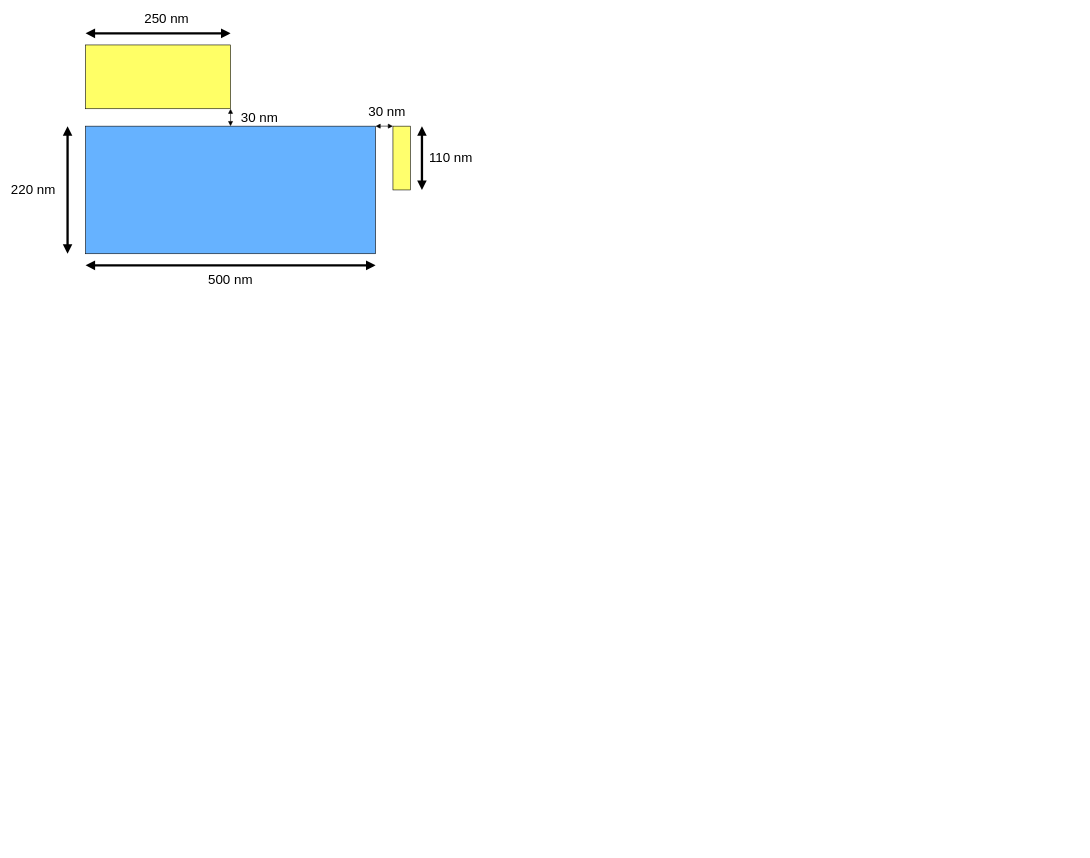
This is page "HPR 90 Front view" (1 of 2) of Diagram/Picture Diagram.drawio from Akhmadi14/HPR-Paper, a draw.io file, before an edit. Source tidied: cells renumbered, new cells numbered last; positions are measured from the earlier drawing's top-left corner, leaving out a move shared by most shapes. Both pictures are drawn from the tidied source at 58%, with x=0, y=0 at pixel (10, 10).
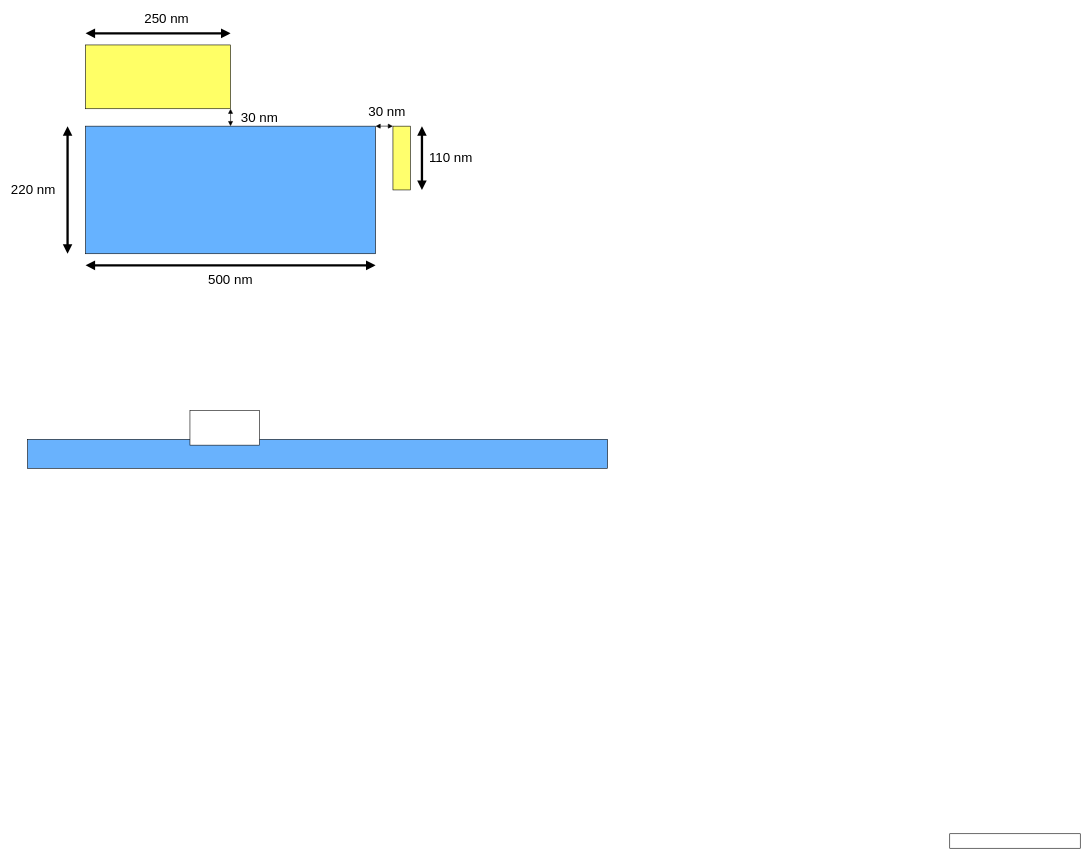
The same page after the edit.

Diff of the diagram source:
```diff
@@
+    <mxCell id="17" style="rounded=0;whiteSpace=wrap;html=1;fillColor=light-dark(#69b2fd, #ededed);" parent="1" vertex="1">
+      <mxGeometry x="30" y="740" width="1000" height="50" as="geometry" />
+    </mxCell>
+    <mxCell id="18" style="rounded=0;whiteSpace=wrap;html=1;" parent="1" vertex="1">
+      <mxGeometry x="1620" y="1420" width="225" height="25" as="geometry" />
+    </mxCell>
+    <mxCell id="19" style="rounded=0;whiteSpace=wrap;html=1;" parent="1" vertex="1">
+      <mxGeometry x="310" y="690" width="120" height="60" as="geometry" />
+    </mxCell>
```
